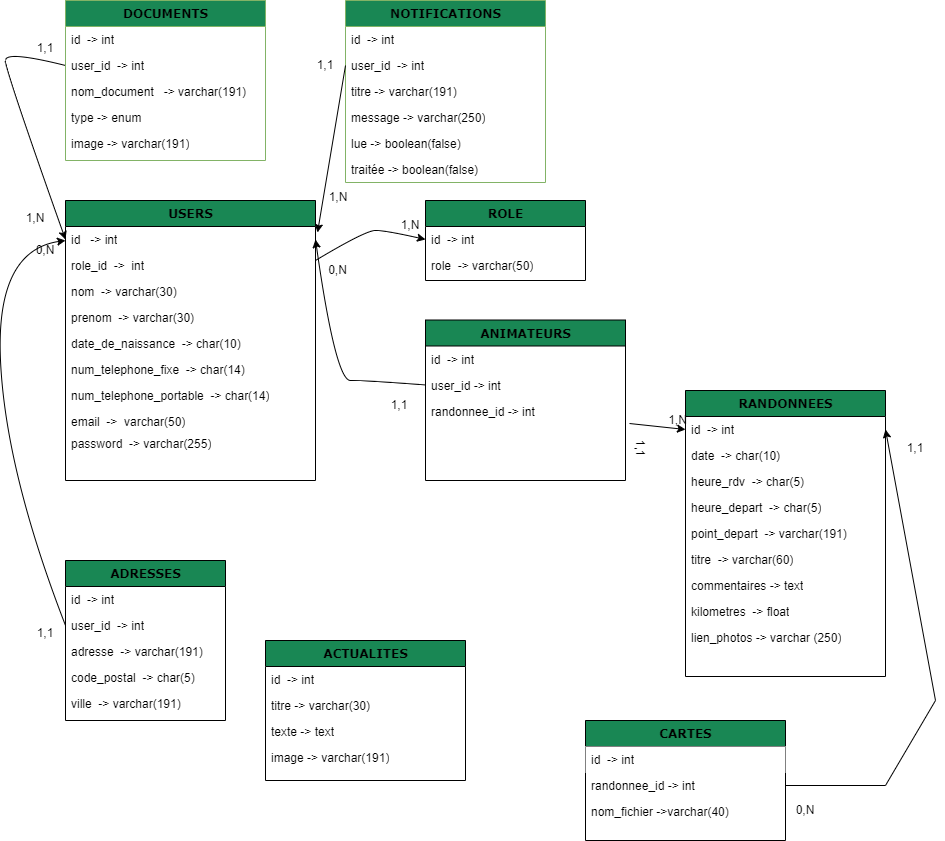
Before: schema_bdd_randonneur.drawio.png, a diagram exported from draw.io (Chanias/les_randonneurs_du_maraisV2). Source tidied: cells renumbered, new cells last; positions are measured from the earlier drawing's top-left corner, leaving out a move shared by most shapes.
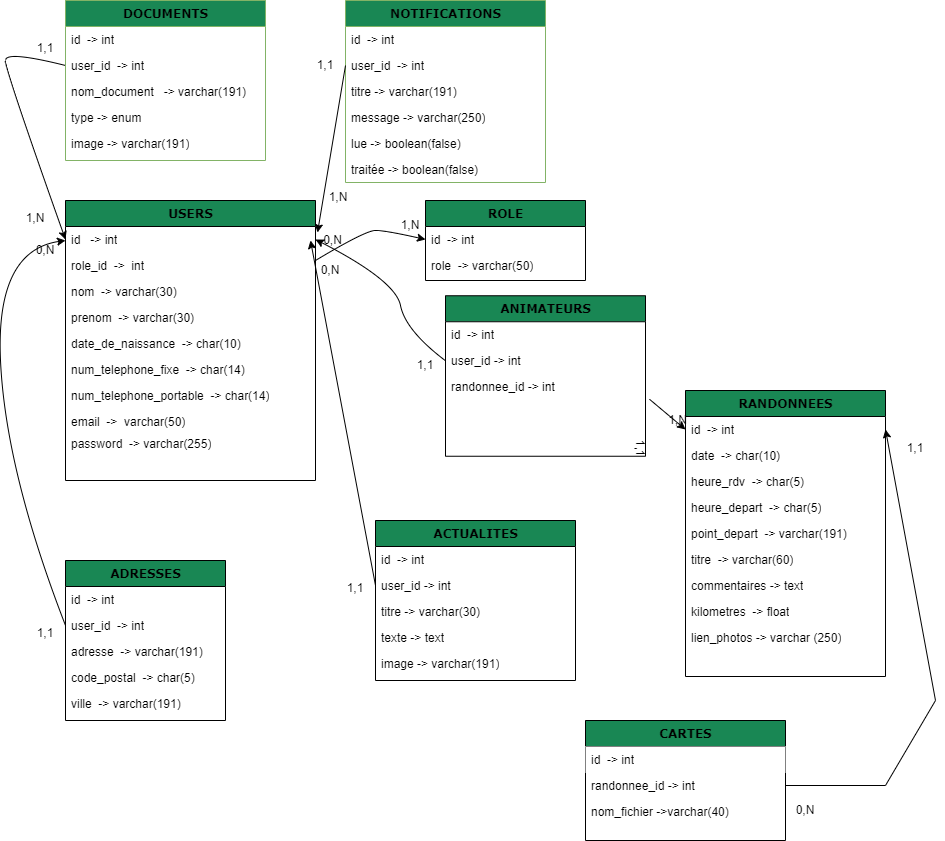
After the commit.

What changed in the source:
```diff
@@ -146,19 +146,22 @@
       <mxGeometry y="78" width="200" height="26" as="geometry" />
     </mxCell>
     <mxCell id="46" value="ACTUALITES" style="swimlane;html=1;fontStyle=1;align=center;verticalAlign=top;horizontal=1;startSize=26;swimlaneFillColor=#ffffff;rounded=0;shadow=0;comic=0;labelBackgroundColor=none;strokeWidth=1;fillColor=#198754;fontFamily=Verdana;fontSize=12;" parent="1" vertex="1">
-      <mxGeometry x="270" y="640" width="200" height="140" as="geometry" />
+      <mxGeometry x="380" y="520" width="200" height="160" as="geometry" />
     </mxCell>
     <mxCell id="47" value="id&amp;nbsp; -&amp;gt; int" style="text;html=1;strokeColor=none;fillColor=none;align=left;verticalAlign=top;spacingLeft=4;spacingRight=4;whiteSpace=wrap;overflow=hidden;" parent="46" vertex="1">
       <mxGeometry y="26" width="200" height="26" as="geometry" />
     </mxCell>
+    <mxCell id="77" value="user_id -&amp;gt; int" style="text;html=1;strokeColor=none;fillColor=none;align=left;verticalAlign=top;spacingLeft=4;spacingRight=4;whiteSpace=wrap;overflow=hidden;points=[[0,0.5],[1,0.5]];portConstraint=eastwest;" parent="46" vertex="1">
+      <mxGeometry y="52" width="200" height="26" as="geometry" />
+    </mxCell>
     <mxCell id="48" value="titre -&amp;gt; varchar(30)" style="text;html=1;strokeColor=none;fillColor=none;align=left;verticalAlign=top;spacingLeft=4;spacingRight=4;whiteSpace=wrap;overflow=hidden;" parent="46" vertex="1">
-      <mxGeometry y="52" width="200" height="26" as="geometry" />
+      <mxGeometry y="78" width="200" height="26" as="geometry" />
     </mxCell>
     <mxCell id="49" value="texte -&amp;gt; text" style="text;html=1;strokeColor=none;fillColor=none;align=left;verticalAlign=top;spacingLeft=4;spacingRight=4;whiteSpace=wrap;overflow=hidden;" parent="46" vertex="1">
-      <mxGeometry y="78" width="200" height="26" as="geometry" />
+      <mxGeometry y="104" width="200" height="26" as="geometry" />
     </mxCell>
     <mxCell id="50" value="image -&amp;gt; varchar(191)" style="text;html=1;strokeColor=none;fillColor=none;align=left;verticalAlign=top;spacingLeft=4;spacingRight=4;whiteSpace=wrap;overflow=hidden;" parent="46" vertex="1">
-      <mxGeometry y="104" width="200" height="26" as="geometry" />
+      <mxGeometry y="130" width="200" height="26" as="geometry" />
     </mxCell>
     <mxCell id="51" style="curved=1;endArrow=classic;html=1;rounded=0;exitX=0;exitY=0.5;exitDx=0;exitDy=0;entryX=0;entryY=0.5;entryDx=0;entryDy=0;" parent="1" edge="1" source="33" target="3">
       <mxGeometry relative="1" as="geometry">
@@ -190,7 +193,7 @@
       <mxGeometry x="30" y="40" width="40" height="15" as="geometry" />
     </mxCell>
     <mxCell id="57" value="ANIMATEURS" style="swimlane;html=1;fontStyle=1;align=center;verticalAlign=top;horizontal=1;startSize=26;swimlaneFillColor=#ffffff;rounded=0;shadow=0;comic=0;labelBackgroundColor=none;strokeWidth=1;fillColor=#198754;fontFamily=Verdana;fontSize=12;" parent="1" vertex="1">
-      <mxGeometry x="430" y="319.5" width="200" height="160.5" as="geometry" />
+      <mxGeometry x="450" y="295.2" width="200" height="160.5" as="geometry" />
     </mxCell>
     <mxCell id="58" value="id&amp;nbsp; -&amp;gt; int" style="text;html=1;strokeColor=none;fillColor=none;align=left;verticalAlign=top;spacingLeft=4;spacingRight=4;whiteSpace=wrap;overflow=hidden;" parent="57" vertex="1">
       <mxGeometry y="26" width="200" height="26" as="geometry" />
@@ -204,8 +207,8 @@
     <mxCell id="61" style="curved=1;endArrow=classic;html=1;rounded=0;exitX=0;exitY=0.5;exitDx=0;exitDy=0;entryX=1;entryY=0.5;entryDx=0;entryDy=0;" parent="1" edge="1" source="59" target="3">
       <mxGeometry relative="1" as="geometry">
         <Array as="points">
-          <mxPoint x="370" y="380" />
-          <mxPoint x="340" y="380" />
+          <mxPoint x="410" y="330" />
+          <mxPoint x="400" y="280" />
         </Array>
       </mxGeometry>
     </mxCell>
@@ -213,10 +216,10 @@
       <mxGeometry relative="1" as="geometry" />
     </mxCell>
     <mxCell id="63" value="0,N" style="text;html=1;strokeColor=none;fillColor=none;align=center;verticalAlign=middle;whiteSpace=wrap;rounded=0;" parent="1" vertex="1">
-      <mxGeometry x="320" y="260" width="45" height="20" as="geometry" />
+      <mxGeometry x="315" y="230" width="45" height="20" as="geometry" />
     </mxCell>
     <mxCell id="64" value="1,1" style="text;html=1;strokeColor=none;fillColor=none;align=center;verticalAlign=middle;whiteSpace=wrap;rounded=0;" parent="1" vertex="1">
-      <mxGeometry x="374" y="390" width="60" height="30" as="geometry" />
+      <mxGeometry x="400" y="350" width="60" height="30" as="geometry" />
     </mxCell>
     <mxCell id="65" value="1,N" style="text;html=1;strokeColor=none;fillColor=none;align=center;verticalAlign=middle;whiteSpace=wrap;rounded=0;" parent="1" vertex="1">
       <mxGeometry x="660" y="410" width="45" height="20" as="geometry" />
@@ -254,5 +257,14 @@
     <mxCell id="76" value="1,N" style="text;html=1;strokeColor=none;fillColor=none;align=center;verticalAlign=middle;whiteSpace=wrap;rounded=0;" parent="1" vertex="1">
       <mxGeometry x="312.5" y="182" width="60" height="30" as="geometry" />
     </mxCell>
+    <mxCell id="78" style="endArrow=classic;html=1;rounded=0;exitX=0;exitY=0.5;exitDx=0;exitDy=0;entryX=0;entryY=0.5;entryDx=0;entryDy=0;" parent="1" edge="1" source="77" target="63">
+      <mxGeometry relative="1" as="geometry" />
+    </mxCell>
+    <mxCell id="79" value="1,1" style="text;html=1;strokeColor=none;fillColor=none;align=center;verticalAlign=middle;whiteSpace=wrap;rounded=0;" parent="1" vertex="1">
+      <mxGeometry x="340" y="580" width="40" height="15" as="geometry" />
+    </mxCell>
+    <mxCell id="80" value="0,N" style="text;html=1;strokeColor=none;fillColor=none;align=center;verticalAlign=middle;whiteSpace=wrap;rounded=0;" parent="1" vertex="1">
+      <mxGeometry x="315" y="260" width="40" height="20" as="geometry" />
+    </mxCell>
   </root>
 </mxGraphModel>
```
